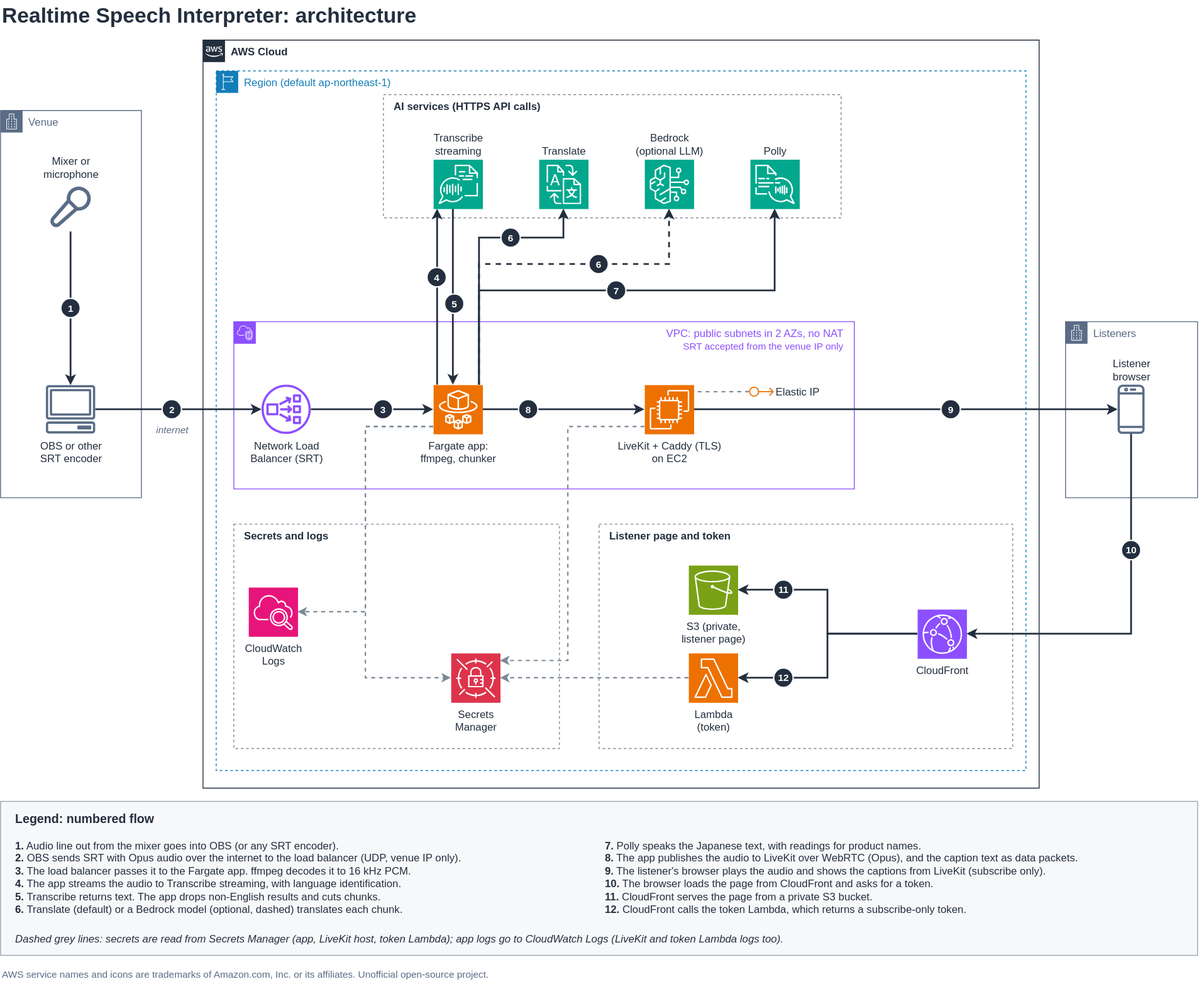
This is docs/architecture.drawio.svg from kuu/realtime-speech-interpreter, a draw.io export, as it was before one commit. Source tidied: cells renumbered, new cells last; positions are measured from the earlier drawing's top-left corner, leaving out a move shared by most shapes.
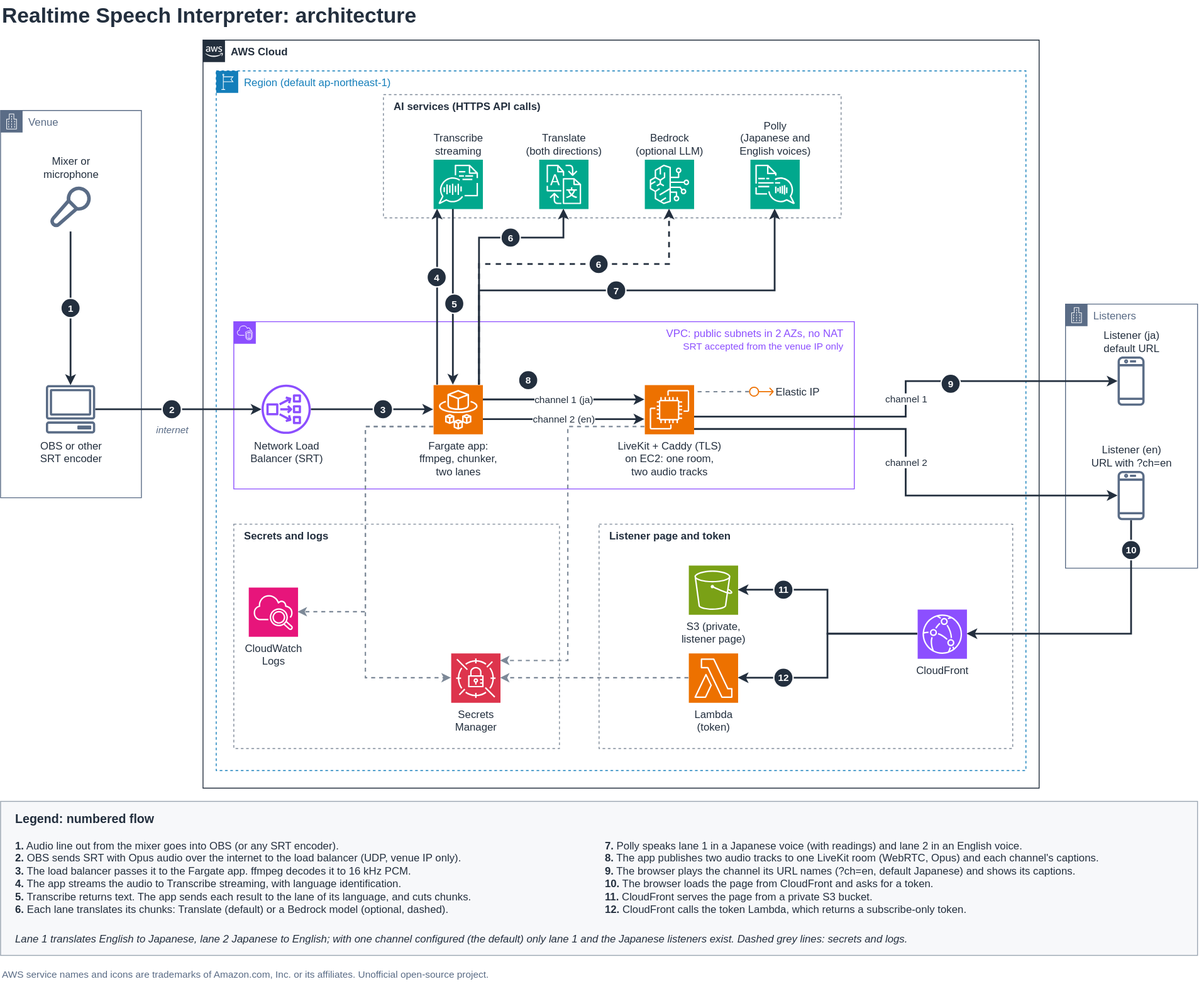
Later version of the same file.

Commit message:
docs: architecture diagram with two output channels

The edit, as a diff of the source:
```diff
@@ -27,7 +27,7 @@
       <mxGeometry x="680" y="595" width="470" height="255" as="geometry" />
     </mxCell>
     <mxCell id="10" value="Listeners" style="gradientColor=none;html=1;whiteSpace=wrap;fontSize=12;verticalAlign=top;align=left;spacingLeft=30;shape=mxgraph.aws4.group;grIcon=mxgraph.aws4.group_corporate_data_center;strokeColor=#5A6C86;fillColor=none;fontColor=#5A6C86;dashed=0;fontStyle=0;" parent="1" vertex="1">
-      <mxGeometry x="1210" y="365" width="150" height="200" as="geometry" />
+      <mxGeometry x="1210" y="345" width="150" height="300" as="geometry" />
     </mxCell>
     <mxCell id="11" style="edgeStyle=orthogonalEdgeStyle;rounded=0;html=1;strokeWidth=2;strokeColor=#232F3E;endArrow=classic;endFill=1;jettySize=auto;exitX=0.5;exitY=1;exitDx=0;exitDy=0;entryX=0.5;entryY=0;entryDx=0;entryDy=0;" parent="1" edge="1" source="29" target="30">
       <mxGeometry relative="1" as="geometry" />
@@ -68,13 +68,19 @@
         </Array>
       </mxGeometry>
     </mxCell>
-    <mxCell id="19" style="edgeStyle=orthogonalEdgeStyle;rounded=0;html=1;strokeWidth=2;strokeColor=#232F3E;endArrow=classic;endFill=1;jettySize=auto;exitX=1;exitY=0.5;exitDx=0;exitDy=0;entryX=0;entryY=0.5;entryDx=0;entryDy=0;" parent="1" edge="1" source="36" target="37">
+    <mxCell id="19" value="channel 1 (ja)" style="edgeStyle=orthogonalEdgeStyle;rounded=0;html=1;strokeWidth=2;labelBackgroundColor=#ffffff;fontSize=11;fontColor=#232F3E;strokeColor=#232F3E;endArrow=classic;endFill=1;jettySize=auto;exitX=1;exitY=0.3;exitDx=0;exitDy=0;entryX=0;entryY=0.3;entryDx=0;entryDy=0;" parent="1" edge="1" source="36" target="37">
       <mxGeometry relative="1" as="geometry" />
     </mxCell>
+    <mxCell id="65" value="channel 2 (en)" style="edgeStyle=orthogonalEdgeStyle;rounded=0;html=1;strokeWidth=2;labelBackgroundColor=#ffffff;fontSize=11;fontColor=#232F3E;strokeColor=#232F3E;endArrow=classic;endFill=1;jettySize=auto;exitX=1;exitY=0.7;exitDx=0;exitDy=0;entryX=0;entryY=0.7;entryDx=0;entryDy=0;" parent="1" edge="1" source="36" target="37">
+      <mxGeometry relative="1" as="geometry" />
+    </mxCell>
-    <mxCell id="20" style="edgeStyle=orthogonalEdgeStyle;rounded=0;html=1;strokeWidth=2;strokeColor=#232F3E;endArrow=classic;endFill=1;jettySize=auto;exitX=1;exitY=0.5;exitDx=0;exitDy=0;entryX=0;entryY=0.5;entryDx=0;entryDy=0;" parent="1" edge="1" source="37" target="44">
+    <mxCell id="20" value="channel 1" style="edgeStyle=orthogonalEdgeStyle;rounded=0;html=1;strokeWidth=2;labelBackgroundColor=#ffffff;fontSize=11;fontColor=#232F3E;strokeColor=#232F3E;endArrow=classic;endFill=1;jettySize=auto;exitX=1;exitY=0.65;exitDx=0;exitDy=0;entryX=0;entryY=0.5;entryDx=0;entryDy=0;" parent="1" edge="1" source="37" target="44">
       <mxGeometry relative="1" as="geometry" />
     </mxCell>
+    <mxCell id="66" value="channel 2" style="edgeStyle=orthogonalEdgeStyle;rounded=0;html=1;strokeWidth=2;labelBackgroundColor=#ffffff;fontSize=11;fontColor=#232F3E;strokeColor=#232F3E;endArrow=classic;endFill=1;jettySize=auto;exitX=1;exitY=0.9;exitDx=0;exitDy=0;entryX=0;entryY=0.5;entryDx=0;entryDy=0;" parent="1" edge="1" source="37" target="67">
+      <mxGeometry relative="1" as="geometry" />
+    </mxCell>
-    <mxCell id="21" style="edgeStyle=orthogonalEdgeStyle;rounded=0;html=1;strokeWidth=2;strokeColor=#232F3E;endArrow=classic;endFill=1;jettySize=auto;exitX=0.5;exitY=1;exitDx=0;exitDy=0;entryX=1;entryY=0.5;entryDx=0;entryDy=0;" parent="1" edge="1" source="44" target="43">
+    <mxCell id="21" style="edgeStyle=orthogonalEdgeStyle;rounded=0;html=1;strokeWidth=2;strokeColor=#232F3E;endArrow=classic;endFill=1;jettySize=auto;exitX=0.5;exitY=1;exitDx=0;exitDy=0;entryX=1;entryY=0.5;entryDx=0;entryDy=0;" parent="1" edge="1" source="67" target="43">
       <mxGeometry relative="1" as="geometry">
         <Array as="points">
           <mxPoint x="1285" y="720" />
@@ -136,22 +142,22 @@
     <mxCell id="31" value="Transcribe&lt;br&gt;streaming" style="sketch=0;outlineConnect=0;fontColor=#232F3E;dashed=0;html=1;fontSize=12;gradientColor=none;labelBackgroundColor=#ffffff;verticalLabelPosition=top;verticalAlign=bottom;align=center;fillColor=#01A88D;strokeColor=#ffffff;shape=mxgraph.aws4.resourceIcon;resIcon=mxgraph.aws4.transcribe;" parent="1" vertex="1">
       <mxGeometry x="492" y="181" width="56" height="56" as="geometry" />
     </mxCell>
-    <mxCell id="32" value="Translate" style="sketch=0;outlineConnect=0;fontColor=#232F3E;dashed=0;html=1;fontSize=12;gradientColor=none;labelBackgroundColor=#ffffff;verticalLabelPosition=top;verticalAlign=bottom;align=center;fillColor=#01A88D;strokeColor=#ffffff;shape=mxgraph.aws4.resourceIcon;resIcon=mxgraph.aws4.translate;" parent="1" vertex="1">
+    <mxCell id="32" value="Translate&lt;br&gt;(both directions)" style="sketch=0;outlineConnect=0;fontColor=#232F3E;dashed=0;html=1;fontSize=12;gradientColor=none;labelBackgroundColor=#ffffff;verticalLabelPosition=top;verticalAlign=bottom;align=center;fillColor=#01A88D;strokeColor=#ffffff;shape=mxgraph.aws4.resourceIcon;resIcon=mxgraph.aws4.translate;" parent="1" vertex="1">
       <mxGeometry x="612" y="181" width="56" height="56" as="geometry" />
     </mxCell>
     <mxCell id="33" value="Bedrock&lt;br&gt;(optional LLM)" style="sketch=0;outlineConnect=0;fontColor=#232F3E;dashed=0;html=1;fontSize=12;gradientColor=none;labelBackgroundColor=#ffffff;verticalLabelPosition=top;verticalAlign=bottom;align=center;fillColor=#01A88D;strokeColor=#ffffff;shape=mxgraph.aws4.resourceIcon;resIcon=mxgraph.aws4.bedrock;" parent="1" vertex="1">
       <mxGeometry x="732" y="181" width="56" height="56" as="geometry" />
     </mxCell>
-    <mxCell id="34" value="Polly" style="sketch=0;outlineConnect=0;fontColor=#232F3E;dashed=0;html=1;fontSize=12;gradientColor=none;labelBackgroundColor=#ffffff;verticalLabelPosition=top;verticalAlign=bottom;align=center;fillColor=#01A88D;strokeColor=#ffffff;shape=mxgraph.aws4.resourceIcon;resIcon=mxgraph.aws4.polly;" parent="1" vertex="1">
+    <mxCell id="34" value="Polly&lt;br&gt;(Japanese and&lt;br&gt;English voices)" style="sketch=0;outlineConnect=0;fontColor=#232F3E;dashed=0;html=1;fontSize=12;gradientColor=none;labelBackgroundColor=#ffffff;verticalLabelPosition=top;verticalAlign=bottom;align=center;fillColor=#01A88D;strokeColor=#ffffff;shape=mxgraph.aws4.resourceIcon;resIcon=mxgraph.aws4.polly;" parent="1" vertex="1">
       <mxGeometry x="852" y="181" width="56" height="56" as="geometry" />
     </mxCell>
     <mxCell id="35" value="Network Load&lt;br&gt;Balancer (SRT)" style="sketch=0;outlineConnect=0;fontColor=#232F3E;dashed=0;html=1;fontSize=12;gradientColor=none;labelBackgroundColor=#ffffff;verticalLabelPosition=bottom;verticalAlign=top;align=center;fillColor=#8C4FFF;strokeColor=none;shape=mxgraph.aws4.network_load_balancer;" parent="1" vertex="1">
       <mxGeometry x="297" y="437" width="56" height="56" as="geometry" />
     </mxCell>
-    <mxCell id="36" value="Fargate app:&lt;br&gt;ffmpeg, chunker" style="sketch=0;outlineConnect=0;fontColor=#232F3E;dashed=0;html=1;fontSize=12;gradientColor=none;labelBackgroundColor=#ffffff;verticalLabelPosition=bottom;verticalAlign=top;align=center;fillColor=#ED7100;strokeColor=#ffffff;shape=mxgraph.aws4.resourceIcon;resIcon=mxgraph.aws4.fargate;" parent="1" vertex="1">
+    <mxCell id="36" value="Fargate app:&lt;br&gt;ffmpeg, chunker,&lt;br&gt;two lanes" style="sketch=0;outlineConnect=0;fontColor=#232F3E;dashed=0;html=1;fontSize=12;gradientColor=none;labelBackgroundColor=#ffffff;verticalLabelPosition=bottom;verticalAlign=top;align=center;fillColor=#ED7100;strokeColor=#ffffff;shape=mxgraph.aws4.resourceIcon;resIcon=mxgraph.aws4.fargate;" parent="1" vertex="1">
       <mxGeometry x="492" y="437" width="56" height="56" as="geometry" />
     </mxCell>
-    <mxCell id="37" value="LiveKit + Caddy (TLS)&lt;br&gt;on EC2" style="sketch=0;outlineConnect=0;fontColor=#232F3E;dashed=0;html=1;fontSize=12;gradientColor=none;labelBackgroundColor=#ffffff;verticalLabelPosition=bottom;verticalAlign=top;align=center;fillColor=#ED7100;strokeColor=#ffffff;shape=mxgraph.aws4.resourceIcon;resIcon=mxgraph.aws4.ec2;" parent="1" vertex="1">
+    <mxCell id="37" value="LiveKit + Caddy (TLS)&lt;br&gt;on EC2: one room,&lt;br&gt;two audio tracks" style="sketch=0;outlineConnect=0;fontColor=#232F3E;dashed=0;html=1;fontSize=12;gradientColor=none;labelBackgroundColor=#ffffff;verticalLabelPosition=bottom;verticalAlign=top;align=center;fillColor=#ED7100;strokeColor=#ffffff;shape=mxgraph.aws4.resourceIcon;resIcon=mxgraph.aws4.ec2;" parent="1" vertex="1">
       <mxGeometry x="732" y="437" width="56" height="56" as="geometry" />
     </mxCell>
     <mxCell id="38" value="Elastic IP" style="sketch=0;outlineConnect=0;fontColor=#232F3E;dashed=0;html=1;fontSize=12;gradientColor=none;labelBackgroundColor=#ffffff;verticalLabelPosition=middle;labelPosition=right;verticalAlign=middle;align=left;fillColor=#ED7100;strokeColor=none;shape=mxgraph.aws4.elastic_ip_address;" parent="1" vertex="1">
@@ -172,9 +178,12 @@
     <mxCell id="43" value="CloudFront" style="sketch=0;outlineConnect=0;fontColor=#232F3E;dashed=0;html=1;fontSize=12;gradientColor=none;labelBackgroundColor=#ffffff;verticalLabelPosition=bottom;verticalAlign=top;align=center;fillColor=#8C4FFF;strokeColor=#ffffff;shape=mxgraph.aws4.resourceIcon;resIcon=mxgraph.aws4.cloudfront;" parent="1" vertex="1">
       <mxGeometry x="1042" y="692" width="56" height="56" as="geometry" />
     </mxCell>
-    <mxCell id="44" value="Listener&lt;br&gt;browser" style="sketch=0;outlineConnect=0;fontColor=#232F3E;dashed=0;html=1;fontSize=12;gradientColor=none;labelBackgroundColor=#ffffff;verticalLabelPosition=top;verticalAlign=bottom;align=center;fillColor=#5A6C86;strokeColor=none;shape=mxgraph.aws4.mobile_client;" parent="1" vertex="1">
-      <mxGeometry x="1257" y="437" width="56" height="56" as="geometry" />
+    <mxCell id="44" value="Listener (ja)&lt;br&gt;default URL" style="sketch=0;outlineConnect=0;fontColor=#232F3E;dashed=0;html=1;fontSize=12;gradientColor=none;labelBackgroundColor=#ffffff;verticalLabelPosition=top;verticalAlign=bottom;align=center;fillColor=#5A6C86;strokeColor=none;shape=mxgraph.aws4.mobile_client;" parent="1" vertex="1">
+      <mxGeometry x="1257" y="405" width="56" height="56" as="geometry" />
     </mxCell>
+    <mxCell id="67" value="Listener (en)&lt;br&gt;URL with ?ch=en" style="sketch=0;outlineConnect=0;fontColor=#232F3E;dashed=0;html=1;fontSize=12;gradientColor=none;labelBackgroundColor=#ffffff;verticalLabelPosition=top;verticalAlign=bottom;align=center;fillColor=#5A6C86;strokeColor=none;shape=mxgraph.aws4.mobile_client;" parent="1" vertex="1">
+      <mxGeometry x="1257" y="535" width="56" height="56" as="geometry" />
+    </mxCell>
     <mxCell id="45" value="internet" style="text;html=1;align=center;verticalAlign=top;fontSize=11;fontStyle=2;fontColor=#5A6C86;" parent="1" vertex="1">
       <mxGeometry x="165" y="475" width="60" height="18" as="geometry" />
     </mxCell>
@@ -184,13 +193,13 @@
     <mxCell id="47" value="Legend: numbered flow" style="text;html=1;align=left;verticalAlign=middle;fontSize=14;fontStyle=1;fontColor=#232F3E;" parent="1" vertex="1">
       <mxGeometry x="15" y="918" width="400" height="24" as="geometry" />
     </mxCell>
-    <mxCell id="48" value="&lt;b&gt;1.&lt;/b&gt; Audio line out from the mixer goes into OBS (or any SRT encoder).&lt;br&gt;&lt;b&gt;2.&lt;/b&gt; OBS sends SRT with Opus audio over the internet to the load balancer (UDP, venue IP only).&lt;br&gt;&lt;b&gt;3.&lt;/b&gt; The load balancer passes it to the Fargate app. ffmpeg decodes it to 16 kHz PCM.&lt;br&gt;&lt;b&gt;4.&lt;/b&gt; The app streams the audio to Transcribe streaming, with language identification.&lt;br&gt;&lt;b&gt;5.&lt;/b&gt; Transcribe returns text. The app drops non-English results and cuts chunks.&lt;br&gt;&lt;b&gt;6.&lt;/b&gt; Translate (default) or a Bedrock model (optional, dashed) translates each chunk." style="text;html=1;align=left;verticalAlign=top;whiteSpace=wrap;fontSize=12;fontColor=#232F3E;spacingTop=0;" parent="1" vertex="1">
+    <mxCell id="48" value="&lt;b&gt;1.&lt;/b&gt; Audio line out from the mixer goes into OBS (or any SRT encoder).&lt;br&gt;&lt;b&gt;2.&lt;/b&gt; OBS sends SRT with Opus audio over the internet to the load balancer (UDP, venue IP only).&lt;br&gt;&lt;b&gt;3.&lt;/b&gt; The load balancer passes it to the Fargate app. ffmpeg decodes it to 16 kHz PCM.&lt;br&gt;&lt;b&gt;4.&lt;/b&gt; The app streams the audio to Transcribe streaming, with language identification.&lt;br&gt;&lt;b&gt;5.&lt;/b&gt; Transcribe returns text. The app sends each result to the lane of its language, and cuts chunks.&lt;br&gt;&lt;b&gt;6.&lt;/b&gt; Each lane translates its chunks: Translate (default) or a Bedrock model (optional, dashed)." style="text;html=1;align=left;verticalAlign=top;whiteSpace=wrap;fontSize=12;fontColor=#232F3E;spacingTop=0;" parent="1" vertex="1">
       <mxGeometry x="15" y="947" width="640" height="100" as="geometry" />
     </mxCell>
-    <mxCell id="49" value="&lt;b&gt;7.&lt;/b&gt; Polly speaks the Japanese text, with readings for product names.&lt;br&gt;&lt;b&gt;8.&lt;/b&gt; The app publishes the audio to LiveKit over WebRTC (Opus), and the caption text as data packets.&lt;br&gt;&lt;b&gt;9.&lt;/b&gt; The listener's browser plays the audio and shows the captions from LiveKit (subscribe only).&lt;br&gt;&lt;b&gt;10.&lt;/b&gt; The browser loads the page from CloudFront and asks for a token.&lt;br&gt;&lt;b&gt;11.&lt;/b&gt; CloudFront serves the page from a private S3 bucket.&lt;br&gt;&lt;b&gt;12.&lt;/b&gt; CloudFront calls the token Lambda, which returns a subscribe-only token." style="text;html=1;align=left;verticalAlign=top;whiteSpace=wrap;fontSize=12;fontColor=#232F3E;spacingTop=0;" parent="1" vertex="1">
+    <mxCell id="49" value="&lt;b&gt;7.&lt;/b&gt; Polly speaks lane 1 in a Japanese voice (with readings) and lane 2 in an English voice.&lt;br&gt;&lt;b&gt;8.&lt;/b&gt; The app publishes two audio tracks to one LiveKit room (WebRTC, Opus) and each channel's captions.&lt;br&gt;&lt;b&gt;9.&lt;/b&gt; The browser plays the channel its URL names (?ch=en, default Japanese) and shows its captions.&lt;br&gt;&lt;b&gt;10.&lt;/b&gt; The browser loads the page from CloudFront and asks for a token.&lt;br&gt;&lt;b&gt;11.&lt;/b&gt; CloudFront serves the page from a private S3 bucket.&lt;br&gt;&lt;b&gt;12.&lt;/b&gt; CloudFront calls the token Lambda, which returns a subscribe-only token." style="text;html=1;align=left;verticalAlign=top;whiteSpace=wrap;fontSize=12;fontColor=#232F3E;spacingTop=0;" parent="1" vertex="1">
       <mxGeometry x="685" y="947" width="640" height="100" as="geometry" />
     </mxCell>
-    <mxCell id="50" value="Dashed grey lines: secrets are read from Secrets Manager (app, LiveKit host, token Lambda); app logs go to CloudWatch Logs (LiveKit and token Lambda logs too)." style="text;html=1;align=left;verticalAlign=top;whiteSpace=wrap;fontSize=12;fontStyle=2;fontColor=#232F3E;" parent="1" vertex="1">
+    <mxCell id="50" value="Lane 1 translates English to Japanese, lane 2 Japanese to English; with one channel configured (the default) only lane 1 and the Japanese listeners exist. Dashed grey lines: secrets and logs." style="text;html=1;align=left;verticalAlign=top;whiteSpace=wrap;fontSize=12;fontStyle=2;fontColor=#232F3E;" parent="1" vertex="1">
       <mxGeometry x="15" y="1053" width="1320" height="22" as="geometry" />
     </mxCell>
     <mxCell id="51" value="AWS service names and icons are trademarks of Amazon.com, Inc. or its affiliates. Unofficial open-source project." style="text;html=1;align=left;verticalAlign=middle;fontSize=11;fontColor=#5A6C86;" parent="1" vertex="1">
@@ -218,10 +227,10 @@
       <mxGeometry x="689" y="319" width="22" height="22" as="geometry" />
     </mxCell>
     <mxCell id="59" value="8" style="ellipse;whiteSpace=wrap;html=1;fillColor=#232F3E;strokeColor=#ffffff;strokeWidth=1.5;fontColor=#ffffff;fontSize=11;fontStyle=1;align=center;verticalAlign=middle;spacing=0;" parent="1" vertex="1">
-      <mxGeometry x="589" y="454" width="22" height="22" as="geometry" />
+      <mxGeometry x="589" y="421" width="22" height="22" as="geometry" />
     </mxCell>
     <mxCell id="60" value="9" style="ellipse;whiteSpace=wrap;html=1;fillColor=#232F3E;strokeColor=#ffffff;strokeWidth=1.5;fontColor=#ffffff;fontSize=11;fontStyle=1;align=center;verticalAlign=middle;spacing=0;" parent="1" vertex="1">
-      <mxGeometry x="1069" y="454" width="22" height="22" as="geometry" />
+      <mxGeometry x="1069" y="425" width="22" height="22" as="geometry" />
     </mxCell>
     <mxCell id="61" value="10" style="ellipse;whiteSpace=wrap;html=1;fillColor=#232F3E;strokeColor=#ffffff;strokeWidth=1.5;fontColor=#ffffff;fontSize=11;fontStyle=1;align=center;verticalAlign=middle;spacing=0;" parent="1" vertex="1">
       <mxGeometry x="1274" y="614" width="22" height="22" as="geometry" />
```
